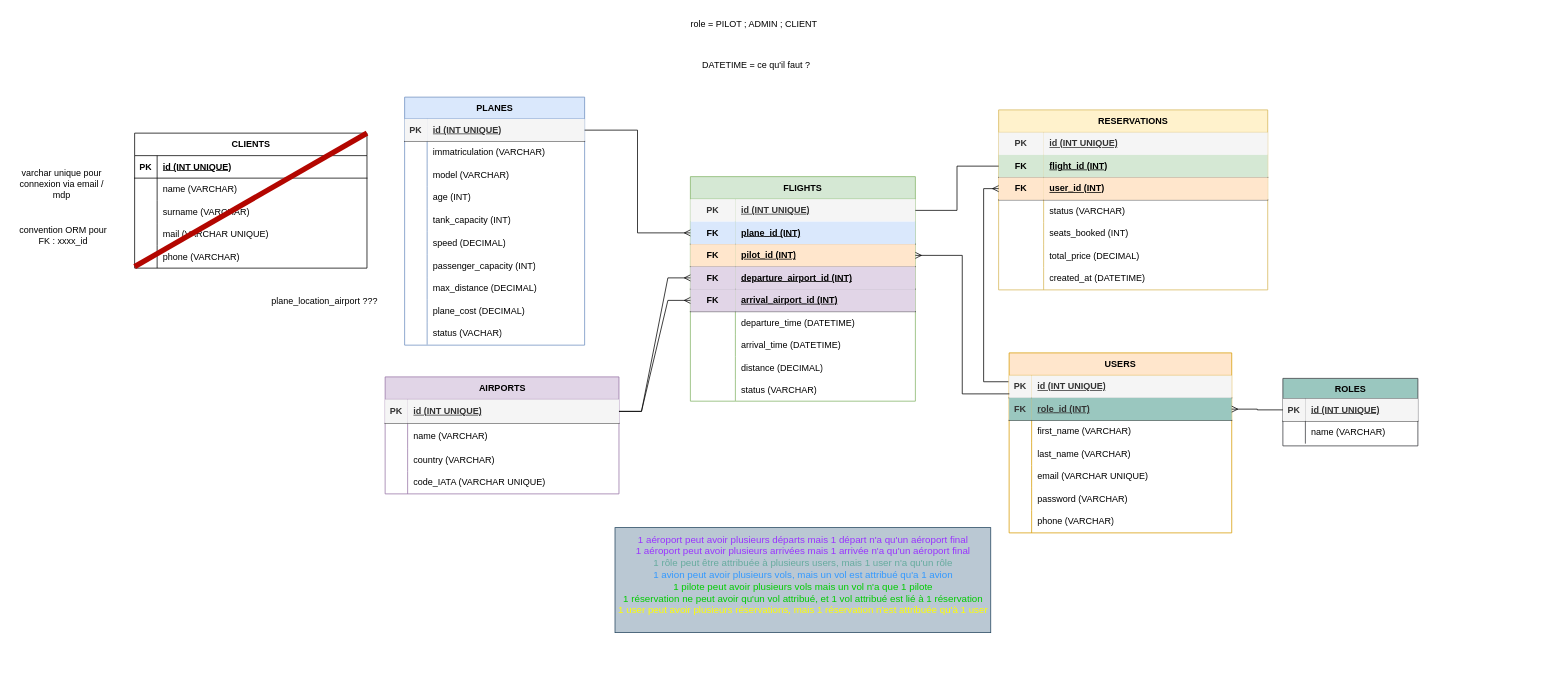
Above: others/database-model.drawio in eloiselcr/Concordia (draw.io), before the change. Source tidied: cells renumbered, new cells numbered last; positions are measured from the earlier drawing's top-left corner, leaving out a move shared by most shapes. Both pictures are drawn from the tidied source at 75%, with x=0, y=0 at pixel (13, 13).
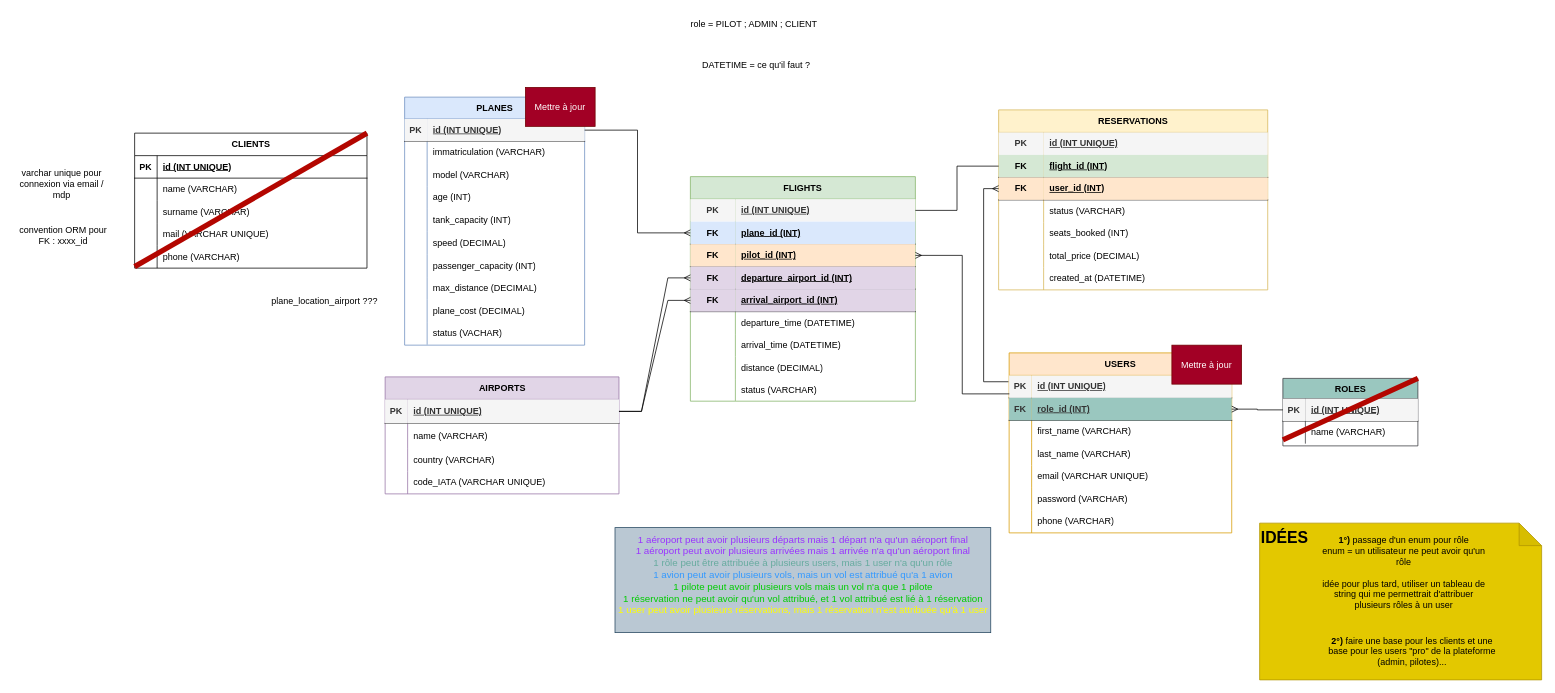
Above is the later version.

The change refers to these unchanged cells:
```xml
<mxCell id="140" value="ROLES" style="shape=table;startSize=27;childLayout=tableLayout;rowLines=0;fontStyle=1;align=center;html=1;fillColor=#9AC7BF;strokeColor=#36393d;" parent="1" vertex="1">
  <mxGeometry x="1693" y="487" width="180" height="90" as="geometry" />
</mxCell>
<mxCell id="144" style="shape=tableRow;horizontal=0;startSize=0;swimlaneHead=0;swimlaneBody=0;fillColor=none;points=[[0,0.5],[1,0.5]];portConstraint=eastwest;top=0;left=0;right=0;bottom=0;" parent="140" vertex="1">
  <mxGeometry y="57" width="180" height="30" as="geometry" />
</mxCell>
```

Change to the diagram source:
```diff
@@
+    <mxCell id="155" style="endArrow=none;html=1;rounded=0;entryX=1;entryY=0;entryDx=0;entryDy=0;fillColor=#f8cecc;strokeColor=light-dark(#b30600, #d7817e);strokeWidth=7;exitX=0;exitY=0.833;exitDx=0;exitDy=0;exitPerimeter=0;" parent="140" edge="1" source="144" target="140">
+      <mxGeometry relative="1" as="geometry" />
+    </mxCell>
@@
+    <mxCell id="156" value="Mettre à jour" style="text;html=1;whiteSpace=wrap;strokeColor=#6F0000;fillColor=#a20025;align=center;verticalAlign=middle;rounded=0;fontColor=#ffffff;" parent="1" vertex="1">
+      <mxGeometry x="683" y="99" width="93" height="52" as="geometry" />
+    </mxCell>
+    <mxCell id="157" value="Mettre à jour" style="text;html=1;whiteSpace=wrap;strokeColor=#6F0000;fillColor=#a20025;align=center;verticalAlign=middle;rounded=0;fontColor=#ffffff;" parent="1" vertex="1">
+      <mxGeometry x="1545" y="442.7" width="93" height="52" as="geometry" />
+    </mxCell>
+    <mxCell id="158" value="IDÉES" style="shape=note;whiteSpace=wrap;html=1;backgroundOutline=1;darkOpacity=0.05;fillColor=#e3c800;fontColor=#000000;strokeColor=#B09500;verticalAlign=top;align=left;fontStyle=1;fontSize=21;" parent="1" vertex="1">
+      <mxGeometry x="1662" y="680" width="376" height="209" as="geometry" />
+    </mxCell>
+    <mxCell id="159" value="&lt;b&gt;2°)&lt;/b&gt; faire une base pour les clients et une base pour les users &quot;pro&quot; de la plateforme (admin, pilotes)..." style="text;html=1;whiteSpace=wrap;strokeColor=none;fillColor=none;align=center;verticalAlign=middle;rounded=0;" parent="1" vertex="1">
+      <mxGeometry x="1750" y="816" width="231" height="70" as="geometry" />
+    </mxCell>
+    <mxCell id="160" value="&lt;b&gt;1°)&lt;/b&gt; passage d'un enum pour rôle&lt;div&gt;enum = un utilisateur ne peut avoir qu'un rôle&lt;/div&gt;&lt;div&gt;&lt;br&gt;&lt;/div&gt;&lt;div&gt;idée pour plus tard, utiliser un tableau de string qui me permettrait d'attribuer plusieurs rôles à un user&lt;/div&gt;" style="text;html=1;whiteSpace=wrap;strokeColor=none;fillColor=none;align=center;verticalAlign=middle;rounded=0;" parent="1" vertex="1">
+      <mxGeometry x="1740" y="731" width="229" height="30" as="geometry" />
+    </mxCell>
```
